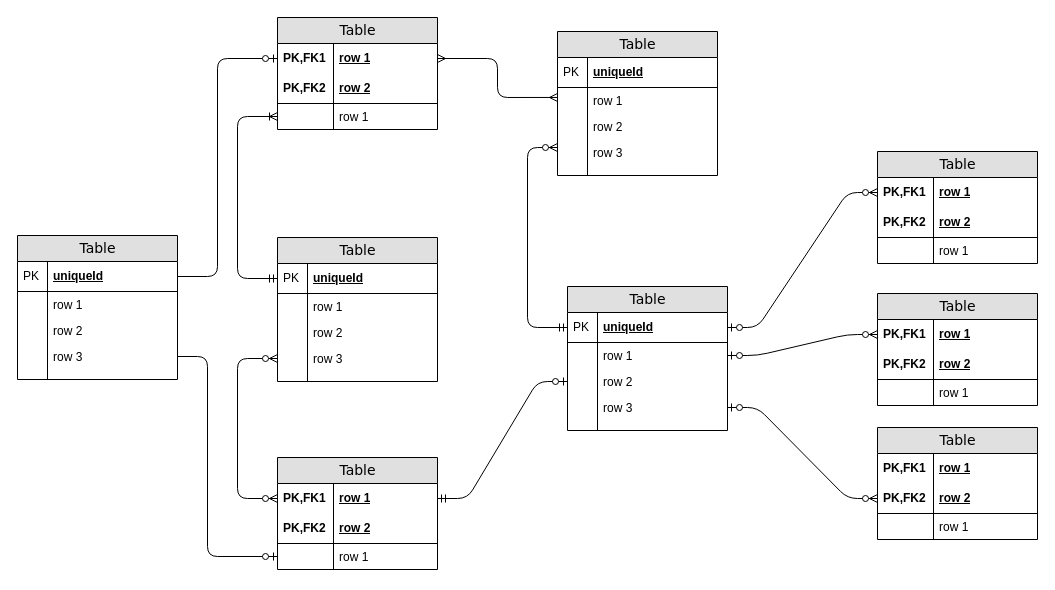
Serpenssss/lr7 keeps this draw.io diagram as Диаграмма без названия.drawio. Above is the earlier version. Source tidied: cells renumbered, new cells numbered last; positions are measured from the earlier drawing's top-left corner, leaving out a move shared by most shapes. Both pictures are drawn from the tidied source at 100%, with x=0, y=0 at pixel (17, 17).
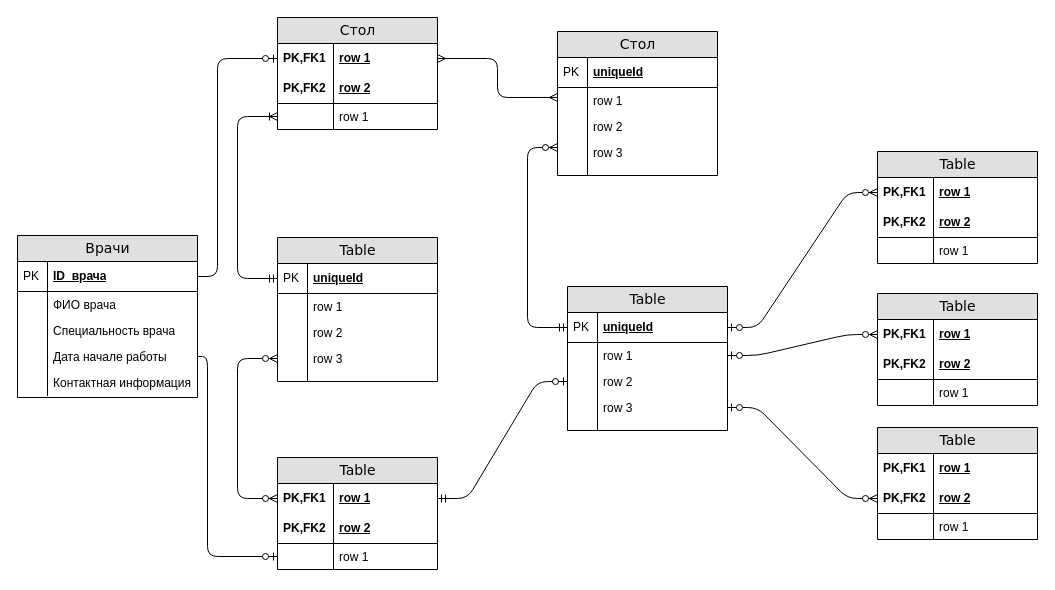
The same page after the edit.

Change to the diagram source:
```diff
@@
-    <mxCell id="2" value="Table" style="swimlane;html=1;fontStyle=0;horizontal=1;startSize=26;fillColor=#e0e0e0;swimlaneFillColor=#ffffff;align=center;rounded=0;shadow=0;comic=0;labelBackgroundColor=none;strokeWidth=1;fontFamily=Verdana;fontSize=14;" parent="1" vertex="1">
+    <mxCell id="2" value="Стол" style="swimlane;html=1;fontStyle=0;horizontal=1;startSize=26;fillColor=#e0e0e0;swimlaneFillColor=#ffffff;align=center;rounded=0;shadow=0;comic=0;labelBackgroundColor=none;strokeWidth=1;fontFamily=Verdana;fontSize=14;" parent="1" vertex="1">
       <mxGeometry x="260" width="160" height="112" as="geometry" />
     </mxCell>
@@
-    <mxCell id="9" value="Table" style="swimlane;html=1;fontStyle=0;horizontal=1;startSize=26;fillColor=#e0e0e0;swimlaneFillColor=#ffffff;align=center;rounded=0;shadow=0;comic=0;labelBackgroundColor=none;strokeWidth=1;fontFamily=Verdana;fontSize=14;swimlaneLine=1;" parent="1" vertex="1">
+    <mxCell id="9" value="Стол" style="swimlane;html=1;fontStyle=0;horizontal=1;startSize=26;fillColor=#e0e0e0;swimlaneFillColor=#ffffff;align=center;rounded=0;shadow=0;comic=0;labelBackgroundColor=none;strokeWidth=1;fontFamily=Verdana;fontSize=14;swimlaneLine=1;" parent="1" vertex="1">
       <mxGeometry x="540" y="14" width="160" height="144" as="geometry" />
     </mxCell>
@@
-    <mxCell id="78" value="Table" style="swimlane;html=1;fontStyle=0;horizontal=1;startSize=26;fillColor=#e0e0e0;swimlaneFillColor=#ffffff;align=center;rounded=0;shadow=0;comic=0;labelBackgroundColor=none;strokeWidth=1;fontFamily=Verdana;fontSize=14;" parent="1" vertex="1">
-      <mxGeometry y="218" width="160" height="144" as="geometry" />
+    <mxCell id="78" value="Врачи" style="swimlane;html=1;fontStyle=0;horizontal=1;startSize=26;fillColor=#e0e0e0;swimlaneFillColor=#ffffff;align=center;rounded=0;shadow=0;comic=0;labelBackgroundColor=none;strokeWidth=1;fontFamily=Verdana;fontSize=14;" parent="1" vertex="1">
+      <mxGeometry y="218" width="180" height="162" as="geometry" />
     </mxCell>
-    <mxCell id="79" value="uniqueId" style="shape=partialRectangle;top=0;left=0;right=0;bottom=1;html=1;align=left;verticalAlign=middle;fillColor=none;spacingLeft=34;spacingRight=4;whiteSpace=wrap;overflow=hidden;points=[[0,0.5],[1,0.5]];portConstraint=eastwest;fontStyle=5;" parent="78" vertex="1">
-      <mxGeometry y="26" width="160" height="30" as="geometry" />
+    <mxCell id="79" value="ID_врача" style="shape=partialRectangle;top=0;left=0;right=0;bottom=1;html=1;align=left;verticalAlign=middle;fillColor=none;spacingLeft=34;spacingRight=4;whiteSpace=wrap;overflow=hidden;points=[[0,0.5],[1,0.5]];portConstraint=eastwest;fontStyle=5;" parent="78" vertex="1">
+      <mxGeometry y="26" width="180" height="30" as="geometry" />
     </mxCell>
@@
-    <mxCell id="81" value="row 1" style="shape=partialRectangle;top=0;left=0;right=0;bottom=0;html=1;align=left;verticalAlign=top;fillColor=none;spacingLeft=34;spacingRight=4;whiteSpace=wrap;overflow=hidden;" parent="78" vertex="1">
-      <mxGeometry y="56" width="160" height="26" as="geometry" />
+    <mxCell id="81" value="ФИО врача" style="shape=partialRectangle;top=0;left=0;right=0;bottom=0;html=1;align=left;verticalAlign=top;fillColor=none;spacingLeft=34;spacingRight=4;whiteSpace=wrap;overflow=hidden;" parent="78" vertex="1">
+      <mxGeometry y="56" width="180" height="26" as="geometry" />
     </mxCell>
@@
-    <mxCell id="83" value="row 2" style="shape=partialRectangle;top=0;left=0;right=0;bottom=0;html=1;align=left;verticalAlign=top;fillColor=none;spacingLeft=34;spacingRight=4;whiteSpace=wrap;overflow=hidden;" parent="78" vertex="1">
-      <mxGeometry y="82" width="160" height="26" as="geometry" />
+    <mxCell id="83" value="Специальность врача" style="shape=partialRectangle;top=0;left=0;right=0;bottom=0;html=1;align=left;verticalAlign=top;fillColor=none;spacingLeft=34;spacingRight=4;whiteSpace=wrap;overflow=hidden;" parent="78" vertex="1">
+      <mxGeometry y="82" width="180" height="26" as="geometry" />
     </mxCell>
@@
-    <mxCell id="85" value="row 3" style="shape=partialRectangle;top=0;left=0;right=0;bottom=0;html=1;align=left;verticalAlign=top;fillColor=none;spacingLeft=34;spacingRight=4;whiteSpace=wrap;overflow=hidden;points=[[0,0.5],[1,0.5]];portConstraint=eastwest;" parent="78" vertex="1">
-      <mxGeometry y="108" width="160" height="26" as="geometry" />
+    <mxCell id="85" value="Дата&lt;span style=&quot;background-color: initial;&quot;&gt;&amp;nbsp;начале работы&lt;/span&gt;" style="shape=partialRectangle;top=0;left=0;right=0;bottom=0;html=1;align=left;verticalAlign=top;fillColor=none;spacingLeft=34;spacingRight=4;whiteSpace=wrap;overflow=hidden;points=[[0,0.5],[1,0.5]];portConstraint=eastwest;" parent="78" vertex="1">
+      <mxGeometry y="108" width="180" height="26" as="geometry" />
     </mxCell>
@@
-    <mxCell id="87" style="shape=partialRectangle;top=0;left=0;right=0;bottom=0;html=1;align=left;verticalAlign=top;fillColor=none;spacingLeft=34;spacingRight=4;whiteSpace=wrap;overflow=hidden;" parent="78" vertex="1">
-      <mxGeometry y="134" width="160" height="10" as="geometry" />
-    </mxCell>
-    <mxCell id="88" style="shape=partialRectangle;top=0;left=0;bottom=0;html=1;fillColor=none;align=left;verticalAlign=top;spacingLeft=4;spacingRight=4;whiteSpace=wrap;overflow=hidden;" parent="87" vertex="1">
-      <mxGeometry width="30" height="10" as="geometry" />
-    </mxCell>
+    <mxCell id="91" value="Контактная информация" style="shape=partialRectangle;top=0;left=0;right=0;bottom=0;html=1;align=left;verticalAlign=top;fillColor=none;spacingLeft=34;spacingRight=4;whiteSpace=wrap;overflow=hidden;" parent="78" vertex="1">
+      <mxGeometry y="134" width="180" height="26" as="geometry" />
+    </mxCell>
+    <mxCell id="92" style="shape=partialRectangle;top=0;left=0;bottom=0;html=1;fillColor=none;align=left;verticalAlign=top;spacingLeft=4;spacingRight=4;whiteSpace=wrap;overflow=hidden;" parent="91" vertex="1">
+      <mxGeometry width="30" height="26" as="geometry" />
+    </mxCell>
```
